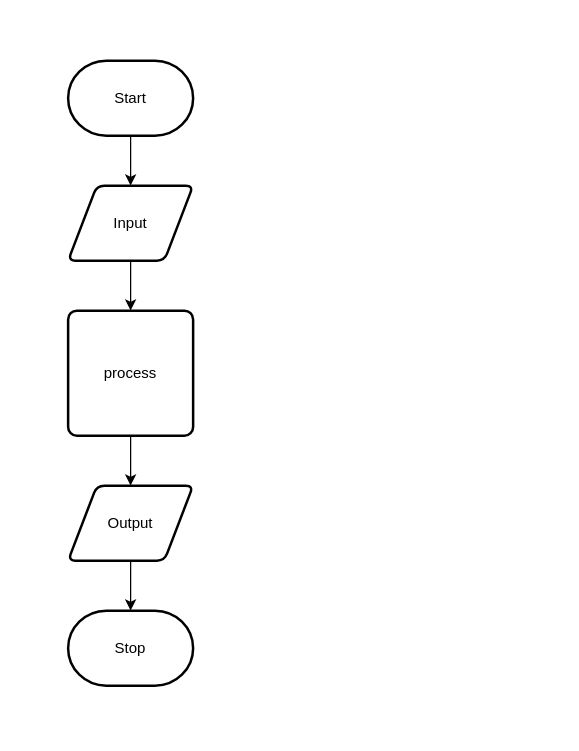
Earlier version of the draw.io diagram design/flow-chart.drawio (Justin-Lavoie16/Unit-5-08-JS). Source tidied: cells renumbered, new cells numbered last; positions are measured from the earlier drawing's top-left corner, leaving out a move shared by most shapes. Both pictures are drawn from the tidied source at 125%, with x=0, y=0 at pixel (68, 60).
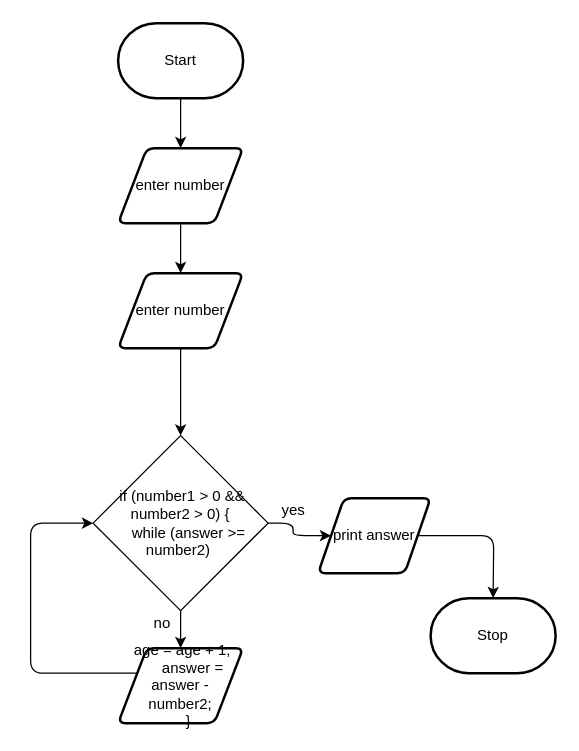
The same diagram, later.

Diff of the diagram source:
```diff
@@
-    <mxCell id="2" style="edgeStyle=none;html=1;" parent="1" edge="1" source="3" target="5">
-      <mxGeometry relative="1" as="geometry" />
-    </mxCell>
+    <mxCell id="11" style="edgeStyle=none;html=1;" parent="1" edge="1" source="3" target="13">
+      <mxGeometry relative="1" as="geometry" />
+    </mxCell>
     <mxCell id="3" value="Start" style="strokeWidth=2;html=1;shape=mxgraph.flowchart.terminator;whiteSpace=wrap;" parent="1" vertex="1">
-      <mxGeometry width="100" height="60" as="geometry" />
+      <mxGeometry x="40" y="-30" width="100" height="60" as="geometry" />
     </mxCell>
-    <mxCell id="4" style="edgeStyle=none;html=1;" parent="1" edge="1" source="5" target="7">
-      <mxGeometry relative="1" as="geometry" />
-    </mxCell>
-    <mxCell id="5" value="Input" style="shape=parallelogram;html=1;strokeWidth=2;perimeter=parallelogramPerimeter;whiteSpace=wrap;rounded=1;arcSize=12;size=0.23;" parent="1" vertex="1">
-      <mxGeometry y="100" width="100" height="60" as="geometry" />
-    </mxCell>
-    <mxCell id="6" style="edgeStyle=none;html=1;" parent="1" edge="1" source="7" target="9">
-      <mxGeometry relative="1" as="geometry" />
-    </mxCell>
-    <mxCell id="7" value="process" style="rounded=1;whiteSpace=wrap;html=1;absoluteArcSize=1;arcSize=14;strokeWidth=2;" parent="1" vertex="1">
-      <mxGeometry y="200" width="100" height="100" as="geometry" />
-    </mxCell>
-    <mxCell id="8" style="edgeStyle=none;html=1;" parent="1" edge="1" source="9" target="10">
-      <mxGeometry relative="1" as="geometry" />
-    </mxCell>
-    <mxCell id="9" value="Output" style="shape=parallelogram;html=1;strokeWidth=2;perimeter=parallelogramPerimeter;whiteSpace=wrap;rounded=1;arcSize=12;size=0.23;" parent="1" vertex="1">
-      <mxGeometry y="340" width="100" height="60" as="geometry" />
-    </mxCell>
+    <mxCell id="12" style="edgeStyle=none;html=1;" parent="1" edge="1" source="13">
+      <mxGeometry relative="1" as="geometry">
+        <mxPoint x="90" y="170" as="targetPoint" />
+      </mxGeometry>
+    </mxCell>
+    <mxCell id="13" value="enter number" style="shape=parallelogram;html=1;strokeWidth=2;perimeter=parallelogramPerimeter;whiteSpace=wrap;rounded=1;arcSize=12;size=0.23;" parent="1" vertex="1">
+      <mxGeometry x="40" y="70" width="100" height="60" as="geometry" />
+    </mxCell>
+    <mxCell id="14" style="edgeStyle=orthogonalEdgeStyle;html=1;entryX=0;entryY=0.5;entryDx=0;entryDy=0;" parent="1" edge="1" source="15" target="18">
+      <mxGeometry relative="1" as="geometry">
+        <Array as="points">
+          <mxPoint x="-30" y="490" />
+          <mxPoint x="-30" y="370" />
+        </Array>
+      </mxGeometry>
+    </mxCell>
+    <mxCell id="15" value="&lt;div&gt;&amp;nbsp;age = age + 1;&lt;/div&gt;&lt;div&gt;&amp;nbsp; &amp;nbsp; &amp;nbsp; answer = answer - number2;&lt;/div&gt;&lt;div&gt;&amp;nbsp; &amp;nbsp; }&lt;/div&gt;" style="shape=parallelogram;html=1;strokeWidth=2;perimeter=parallelogramPerimeter;whiteSpace=wrap;rounded=1;arcSize=12;size=0.23;" parent="1" vertex="1">
+      <mxGeometry x="40" y="470" width="100" height="60" as="geometry" />
+    </mxCell>
     <mxCell id="10" value="Stop" style="strokeWidth=2;html=1;shape=mxgraph.flowchart.terminator;whiteSpace=wrap;" parent="1" vertex="1">
-      <mxGeometry y="440" width="100" height="60" as="geometry" />
+      <mxGeometry x="290" y="430" width="100" height="60" as="geometry" />
     </mxCell>
+    <mxCell id="16" style="edgeStyle=none;html=1;" parent="1" edge="1" source="18" target="15">
+      <mxGeometry relative="1" as="geometry" />
+    </mxCell>
+    <mxCell id="17" style="edgeStyle=orthogonalEdgeStyle;html=1;entryX=0;entryY=0.5;entryDx=0;entryDy=0;" parent="1" edge="1" source="18" target="20">
+      <mxGeometry relative="1" as="geometry" />
+    </mxCell>
+    <mxCell id="18" value="&lt;div&gt;&amp;nbsp;if (number1 &amp;gt; 0 &amp;amp;&amp;amp; number2 &amp;gt; 0) {&lt;/div&gt;&lt;div&gt;&amp;nbsp; &amp;nbsp; while (answer &amp;gt;= number2)&amp;nbsp;&lt;/div&gt;" style="rhombus;whiteSpace=wrap;html=1;" parent="1" vertex="1">
+      <mxGeometry x="20" y="300" width="140" height="140" as="geometry" />
+    </mxCell>
+    <mxCell id="19" style="edgeStyle=orthogonalEdgeStyle;html=1;entryX=0.5;entryY=0;entryDx=0;entryDy=0;entryPerimeter=0;" parent="1" edge="1" source="20">
+      <mxGeometry relative="1" as="geometry">
+        <mxPoint x="340" y="430" as="targetPoint" />
+      </mxGeometry>
+    </mxCell>
+    <mxCell id="20" value="&lt;div&gt;print answer&lt;/div&gt;" style="shape=parallelogram;html=1;strokeWidth=2;perimeter=parallelogramPerimeter;whiteSpace=wrap;rounded=1;arcSize=12;size=0.23;" parent="1" vertex="1">
+      <mxGeometry x="200" y="350" width="90" height="60" as="geometry" />
+    </mxCell>
+    <mxCell id="21" style="edgeStyle=none;html=1;" parent="1" edge="1" source="22" target="18">
+      <mxGeometry relative="1" as="geometry" />
+    </mxCell>
+    <mxCell id="22" value="enter number" style="shape=parallelogram;html=1;strokeWidth=2;perimeter=parallelogramPerimeter;whiteSpace=wrap;rounded=1;arcSize=12;size=0.23;" parent="1" vertex="1">
+      <mxGeometry x="40" y="170" width="100" height="60" as="geometry" />
+    </mxCell>
+    <mxCell id="23" value="yes" style="text;html=1;align=center;verticalAlign=middle;fillColor=none;strokeColor=none;rounded=0;" parent="1" vertex="1">
+      <mxGeometry x="165" y="350" width="30" height="20" as="geometry" />
+    </mxCell>
+    <mxCell id="24" value="no" style="text;html=1;align=center;verticalAlign=middle;fillColor=none;strokeColor=none;rounded=0;" parent="1" vertex="1">
+      <mxGeometry x="60" y="440" width="30" height="20" as="geometry" />
+    </mxCell>
```
